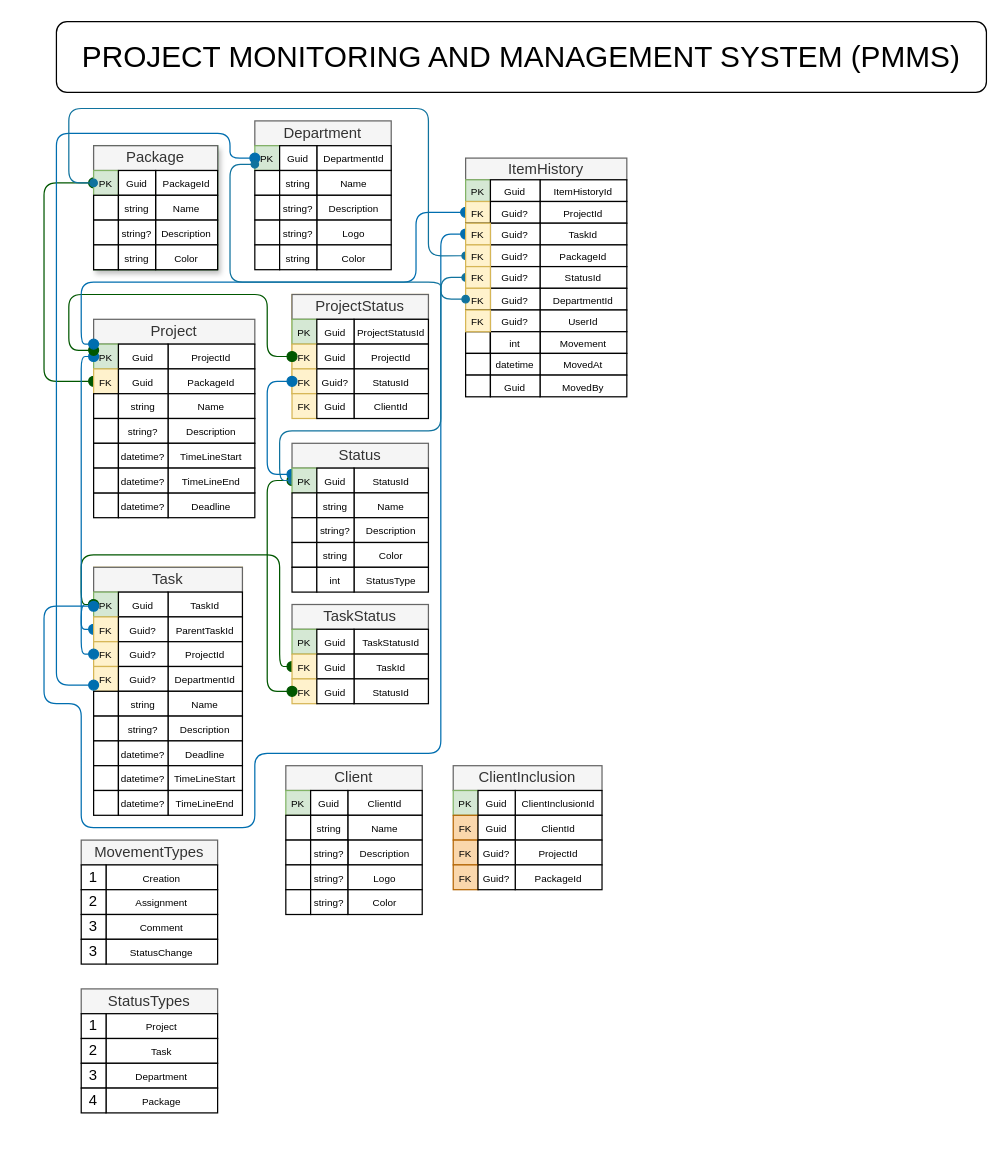
The draw.io diagram Untitled Diagram.drawio in B0bUy/ProjectMonitoringSystem_Server, before the edit. Source tidied: cells renumbered, new cells numbered last; positions are measured from the earlier drawing's top-left corner, leaving out a move shared by most shapes. Both pictures are drawn from the tidied source at 124%, with x=0, y=0 at pixel (43, 21).
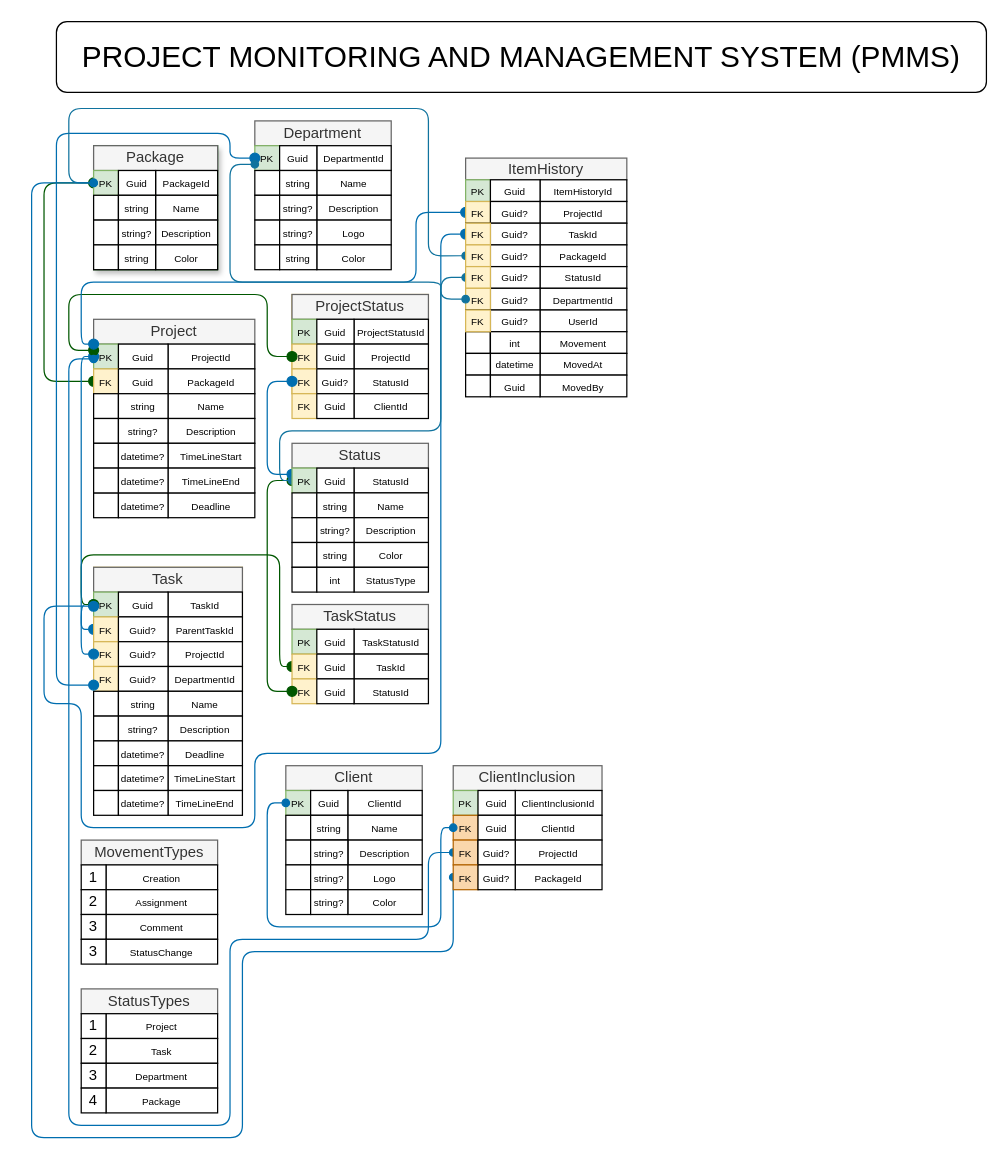
After the change.

The change refers to these unchanged cells:
```xml
<mxCell id="188" value="&lt;font style=&quot;font-size: 8px;&quot;&gt;PK&lt;/font&gt;" style="rounded=0;whiteSpace=wrap;html=1;fillColor=#d5e8d4;strokeColor=#82b366;" parent="185" vertex="1">
  <mxGeometry y="20" width="20" height="20" as="geometry" />
</mxCell>
<mxCell id="203" style="group;" parent="1" vertex="1">
  <mxGeometry x="330" y="600" width="120" height="100" as="geometry" />
</mxCell>
<mxCell id="204" style="group;" parent="203" vertex="1">
  <mxGeometry width="120" height="80" as="geometry" />
</mxCell>
<mxCell id="210" value="&lt;span style=&quot;font-size: 8px;&quot;&gt;FK&lt;/span&gt;" style="rounded=0;whiteSpace=wrap;html=1;fillColor=#fad7ac;strokeColor=#b46504;" parent="204" vertex="1">
  <mxGeometry y="40" width="20" height="20" as="geometry" />
</mxCell>
<mxCell id="213" value="&lt;span style=&quot;font-size: 8px;&quot;&gt;FK&lt;/span&gt;" style="rounded=0;whiteSpace=wrap;html=1;fillColor=#fad7ac;strokeColor=#b46504;" parent="204" vertex="1">
  <mxGeometry y="60" width="20" height="20" as="geometry" />
</mxCell>
<mxCell id="217" value="&lt;span style=&quot;font-size: 8px;&quot;&gt;FK&lt;/span&gt;" style="rounded=0;whiteSpace=wrap;html=1;fillColor=#fad7ac;strokeColor=#b46504;" parent="203" vertex="1">
  <mxGeometry y="80" width="20" height="20" as="geometry" />
</mxCell>
```

Change to the diagram source:
```diff
@@
+    <mxCell id="241" style="edgeStyle=orthogonalEdgeStyle;rounded=1;jettySize=auto;html=1;exitX=0;exitY=0.5;exitDx=0;exitDy=0;fillColor=#1ba1e2;strokeColor=#006EAF;startArrow=oval;startFill=1;endArrow=oval;endFill=1;curved=0;" parent="204" edge="1" source="213">
+      <mxGeometry relative="1" as="geometry">
+        <mxPoint x="-290" y="-328" as="targetPoint" />
+        <Array as="points">
+          <mxPoint x="-20" y="70" />
+          <mxPoint x="-20" y="140" />
+          <mxPoint x="-180" y="140" />
+          <mxPoint x="-180" y="290" />
+          <mxPoint x="-310" y="290" />
+          <mxPoint x="-310" y="-328" />
+        </Array>
+      </mxGeometry>
+    </mxCell>
@@
+    <mxCell id="242" style="edgeStyle=orthogonalEdgeStyle;rounded=1;jettySize=auto;html=1;exitX=0;exitY=0.5;exitDx=0;exitDy=0;curved=0;startArrow=oval;startFill=1;endArrow=oval;endFill=1;fillColor=#1ba1e2;strokeColor=#006EAF;" parent="203" edge="1" source="217">
+      <mxGeometry relative="1" as="geometry">
+        <mxPoint x="-290" y="-470" as="targetPoint" />
+        <Array as="points">
+          <mxPoint y="150" />
+          <mxPoint x="-170" y="150" />
+          <mxPoint x="-170" y="300" />
+          <mxPoint x="-340" y="300" />
+          <mxPoint x="-340" y="-470" />
+        </Array>
+      </mxGeometry>
+    </mxCell>
@@
+    <mxCell id="243" style="edgeStyle=orthogonalEdgeStyle;rounded=1;jettySize=auto;html=1;exitX=0;exitY=0.5;exitDx=0;exitDy=0;entryX=0;entryY=0.5;entryDx=0;entryDy=0;fillColor=#1ba1e2;strokeColor=#006EAF;startArrow=oval;startFill=1;endArrow=oval;endFill=1;curved=0;" parent="1" edge="1" source="210" target="188">
+      <mxGeometry relative="1" as="geometry">
+        <Array as="points">
+          <mxPoint x="320" y="650" />
+          <mxPoint x="320" y="730" />
+          <mxPoint x="180" y="730" />
+          <mxPoint x="180" y="630" />
+        </Array>
+      </mxGeometry>
+    </mxCell>
```
